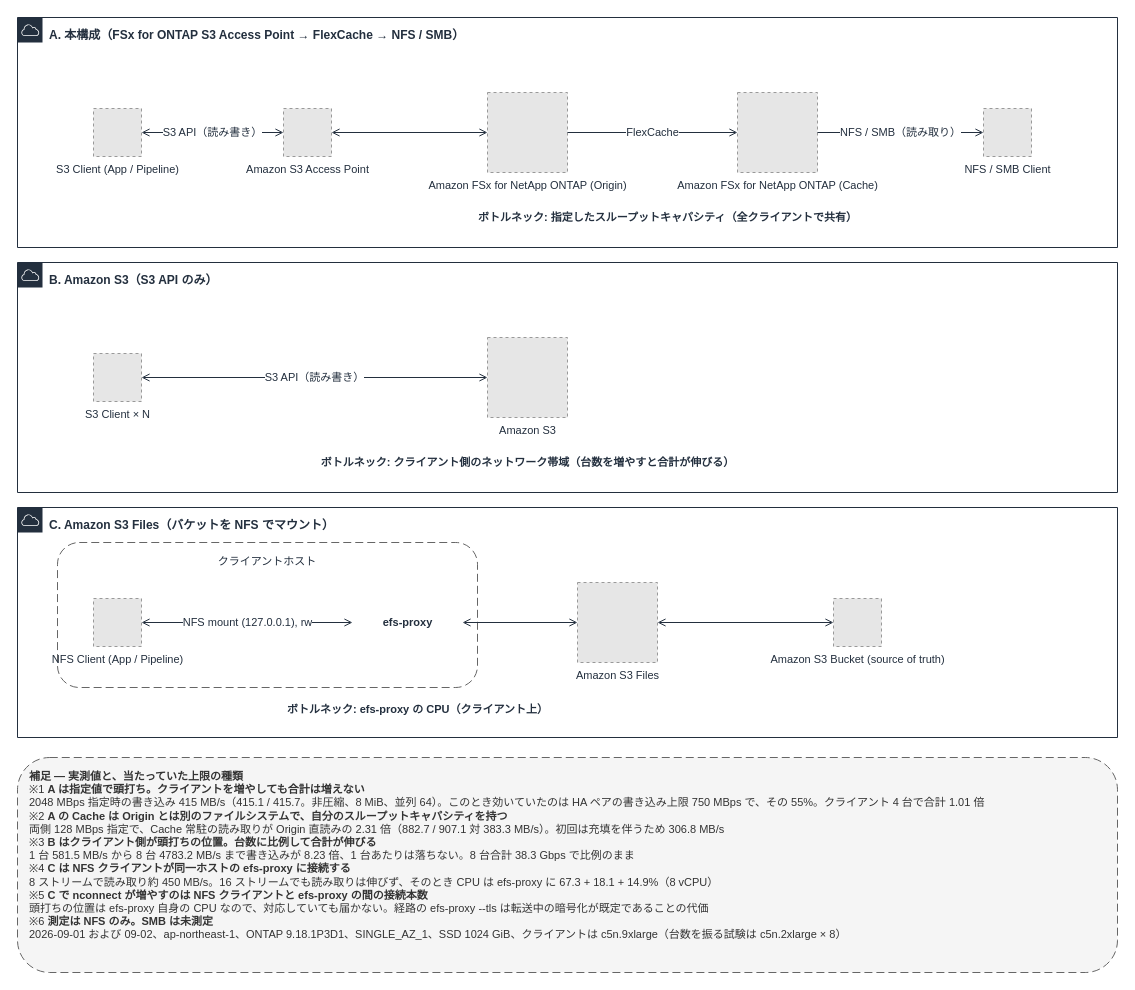
Above: docs/_assets/diagrams/s3burst-throughput-bottlenecks.drawio in Yoshiki0705/S3-Burst-on-ONTAP-Files (draw.io), before the change. Source tidied: cells renumbered, new cells numbered last; positions are measured from the earlier drawing's top-left corner, leaving out a move shared by most shapes. Both pictures are drawn from the tidied source at 100%, with x=0, y=0 at pixel (17, 17). Pictures stored in the file or linked from it are replaced by grey dashed boxes.
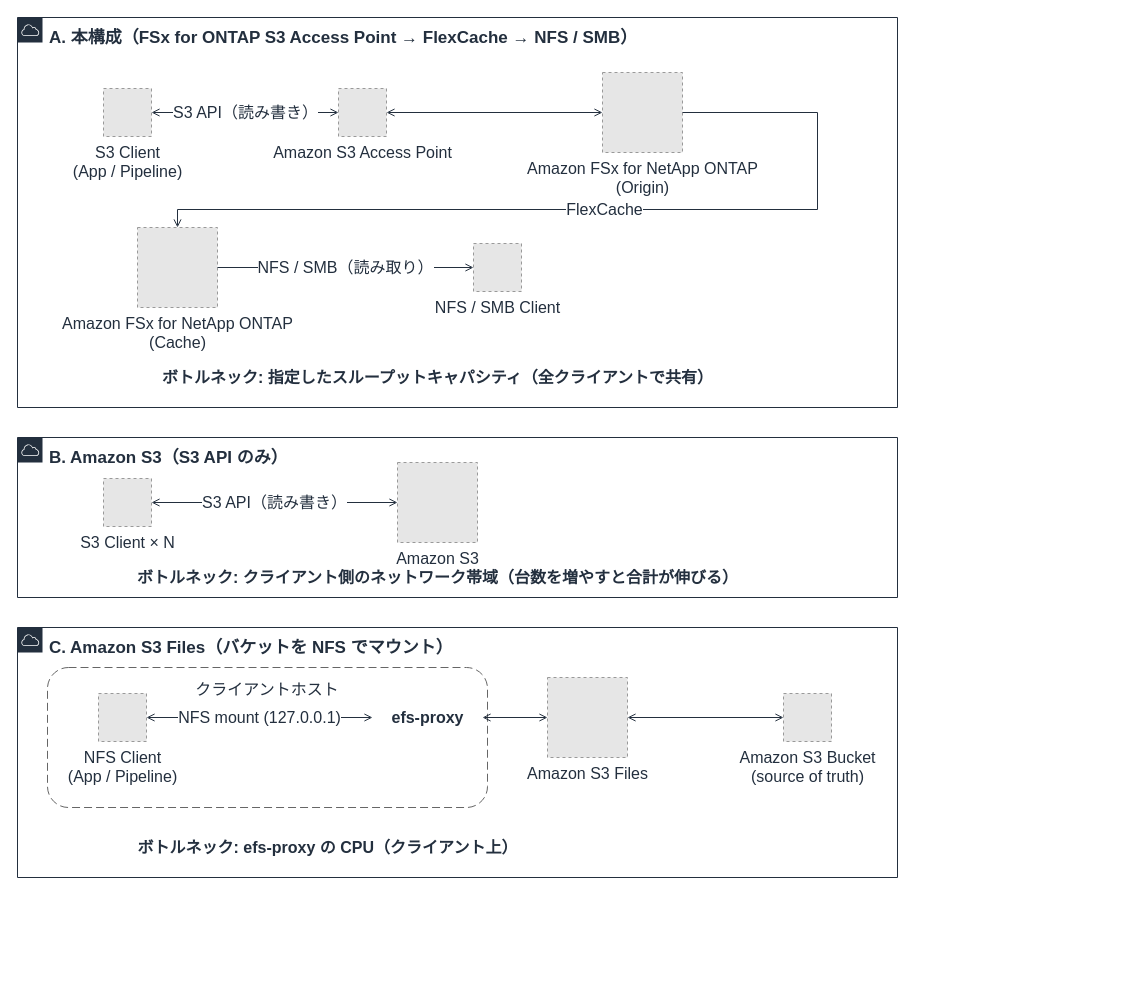
Above is the later version.

Change to the diagram source:
```diff
@@
-    <mxCell id="2" value="A. 本構成（FSx for ONTAP S3 Access Point → FlexCache → NFS / SMB）" style="gradientColor=none;html=1;whiteSpace=wrap;fontSize=12;fontStyle=1;fontColor=#232F3E;shape=mxgraph.aws4.group;grIcon=mxgraph.aws4.group_aws_cloud;strokeColor=#232F3E;fillColor=none;verticalAlign=top;align=left;spacingLeft=30;spacingTop=4;dashed=0;" parent="1" vertex="1">
-      <mxGeometry width="1100" height="230" as="geometry" />
+    <mxCell id="2" value="A. 本構成（FSx for ONTAP S3 Access Point → FlexCache → NFS / SMB）" style="gradientColor=none;html=1;whiteSpace=wrap;fontSize=17;fontStyle=1;fontColor=#232F3E;shape=mxgraph.aws4.group;grIcon=mxgraph.aws4.group_aws_cloud;strokeColor=#232F3E;fillColor=none;verticalAlign=top;align=left;spacingLeft=30;spacingTop=4;dashed=0;" parent="1" vertex="1">
+      <mxGeometry width="880" height="390" as="geometry" />
     </mxCell>
-    <mxCell id="3" value="B. Amazon S3（S3 API のみ）" style="gradientColor=none;html=1;whiteSpace=wrap;fontSize=12;fontStyle=1;fontColor=#232F3E;shape=mxgraph.aws4.group;grIcon=mxgraph.aws4.group_aws_cloud;strokeColor=#232F3E;fillColor=none;verticalAlign=top;align=left;spacingLeft=30;spacingTop=4;dashed=0;" parent="1" vertex="1">
-      <mxGeometry y="245" width="1100" height="230" as="geometry" />
+    <mxCell id="3" value="B. Amazon S3（S3 API のみ）" style="gradientColor=none;html=1;whiteSpace=wrap;fontSize=17;fontStyle=1;fontColor=#232F3E;shape=mxgraph.aws4.group;grIcon=mxgraph.aws4.group_aws_cloud;strokeColor=#232F3E;fillColor=none;verticalAlign=top;align=left;spacingLeft=30;spacingTop=4;dashed=0;" parent="1" vertex="1">
+      <mxGeometry y="420" width="880" height="160" as="geometry" />
     </mxCell>
-    <mxCell id="4" value="C. Amazon S3 Files（バケットを NFS でマウント）" style="gradientColor=none;html=1;whiteSpace=wrap;fontSize=12;fontStyle=1;fontColor=#232F3E;shape=mxgraph.aws4.group;grIcon=mxgraph.aws4.group_aws_cloud;strokeColor=#232F3E;fillColor=none;verticalAlign=top;align=left;spacingLeft=30;spacingTop=4;dashed=0;" parent="1" vertex="1">
-      <mxGeometry y="490" width="1100" height="230" as="geometry" />
+    <mxCell id="4" value="C. Amazon S3 Files（バケットを NFS でマウント）" style="gradientColor=none;html=1;whiteSpace=wrap;fontSize=17;fontStyle=1;fontColor=#232F3E;shape=mxgraph.aws4.group;grIcon=mxgraph.aws4.group_aws_cloud;strokeColor=#232F3E;fillColor=none;verticalAlign=top;align=left;spacingLeft=30;spacingTop=4;dashed=0;" parent="1" vertex="1">
+      <mxGeometry y="610" width="880" height="250" as="geometry" />
     </mxCell>
-    <mxCell id="5" value="クライアントホスト" style="rounded=1;whiteSpace=wrap;html=1;dashed=1;dashPattern=8 4;strokeColor=#666666;fillColor=none;fontColor=#232F3E;fontSize=11;verticalAlign=top;align=center;spacingTop=6;" parent="1" vertex="1">
-      <mxGeometry x="40" y="525" width="420" height="145" as="geometry" />
+    <mxCell id="5" value="クライアントホスト" style="rounded=1;whiteSpace=wrap;html=1;dashed=1;dashPattern=8 4;strokeColor=#666666;fillColor=none;fontColor=#232F3E;fontSize=16;verticalAlign=top;align=center;spacingTop=6;" parent="1" vertex="1">
+      <mxGeometry x="30" y="650" width="440" height="140" as="geometry" />
     </mxCell>
-    <mxCell id="6" value="ボトルネック: 指定したスループットキャパシティ（全クライアントで共有）" style="text;html=1;strokeColor=none;fillColor=none;align=center;verticalAlign=middle;fontSize=11;fontStyle=1;fontColor=#232F3E;" parent="1" vertex="1">
-      <mxGeometry x="340" y="190" width="620" height="20" as="geometry" />
+    <mxCell id="6" value="ボトルネック: 指定したスループットキャパシティ（全クライアントで共有）" style="text;html=1;strokeColor=none;fillColor=none;align=center;verticalAlign=middle;fontSize=16;fontStyle=1;fontColor=#232F3E;" parent="1" vertex="1">
+      <mxGeometry x="110" y="350" width="620" height="20" as="geometry" />
     </mxCell>
-    <mxCell id="7" value="ボトルネック: クライアント側のネットワーク帯域（台数を増やすと合計が伸びる）" style="text;html=1;strokeColor=none;fillColor=none;align=center;verticalAlign=middle;fontSize=11;fontStyle=1;fontColor=#232F3E;" parent="1" vertex="1">
-      <mxGeometry x="160" y="435" width="700" height="20" as="geometry" />
+    <mxCell id="7" value="ボトルネック: クライアント側のネットワーク帯域（台数を増やすと合計が伸びる）" style="text;html=1;strokeColor=none;fillColor=none;align=center;verticalAlign=middle;fontSize=16;fontStyle=1;fontColor=#232F3E;" parent="1" vertex="1">
+      <mxGeometry x="70" y="550" width="700" height="20" as="geometry" />
     </mxCell>
-    <mxCell id="8" value="ボトルネック: efs-proxy の CPU（クライアント上）" style="text;html=1;strokeColor=none;fillColor=none;align=center;verticalAlign=middle;fontSize=11;fontStyle=1;fontColor=#232F3E;" parent="1" vertex="1">
-      <mxGeometry x="160" y="682" width="480" height="20" as="geometry" />
+    <mxCell id="8" value="ボトルネック: efs-proxy の CPU（クライアント上）" style="text;html=1;strokeColor=none;fillColor=none;align=center;verticalAlign=middle;fontSize=16;fontStyle=1;fontColor=#232F3E;" parent="1" vertex="1">
+      <mxGeometry x="70" y="820" width="480" height="20" as="geometry" />
     </mxCell>
-    <mxCell id="9" value="efs-proxy" style="text;html=1;strokeColor=none;fillColor=none;align=center;verticalAlign=middle;fontSize=11;fontStyle=1;fontColor=#232F3E;" parent="1" vertex="1">
-      <mxGeometry x="335" y="585" width="110" height="40" as="geometry" />
+    <mxCell id="9" value="efs-proxy" style="text;html=1;strokeColor=none;fillColor=none;align=center;verticalAlign=middle;fontSize=16;fontStyle=1;fontColor=#232F3E;" parent="1" vertex="1">
+      <mxGeometry x="355" y="680" width="110" height="40" as="geometry" />
     </mxCell>
-    <mxCell id="10" value="S3 Client (App / Pipeline)" style="fillColor=#E6E6E6;strokeColor=#999999;dashed=1;html=1;verticalLabelPosition=bottom;verticalAlign=top;labelPosition=center;align=center;fontSize=11;fontColor=#232F3E;" parent="1" vertex="1">
-      <mxGeometry x="76" y="91" width="48" height="48" as="geometry" />
+    <mxCell id="10" value="S3 Client&#10;(App / Pipeline)" style="fillColor=#E6E6E6;strokeColor=#999999;dashed=1;html=1;verticalLabelPosition=bottom;verticalAlign=top;labelPosition=center;align=center;fontSize=16;fontColor=#232F3E;" parent="1" vertex="1">
+      <mxGeometry x="86" y="71" width="48" height="48" as="geometry" />
     </mxCell>
-    <mxCell id="11" value="Amazon S3 Access Point" style="fillColor=#E6E6E6;strokeColor=#999999;dashed=1;html=1;verticalLabelPosition=bottom;verticalAlign=top;labelPosition=center;align=center;fontSize=11;fontColor=#232F3E;" parent="1" vertex="1">
-      <mxGeometry x="266" y="91" width="48" height="48" as="geometry" />
+    <mxCell id="11" value="Amazon S3 Access Point" style="fillColor=#E6E6E6;strokeColor=#999999;dashed=1;html=1;verticalLabelPosition=bottom;verticalAlign=top;labelPosition=center;align=center;fontSize=16;fontColor=#232F3E;" parent="1" vertex="1">
+      <mxGeometry x="321" y="71" width="48" height="48" as="geometry" />
     </mxCell>
-    <mxCell id="12" value="Amazon FSx for NetApp ONTAP (Origin)" style="fillColor=#E6E6E6;strokeColor=#999999;dashed=1;html=1;verticalLabelPosition=bottom;verticalAlign=top;labelPosition=center;align=center;fontSize=11;fontColor=#232F3E;" parent="1" vertex="1">
-      <mxGeometry x="470" y="75" width="80" height="80" as="geometry" />
+    <mxCell id="12" value="Amazon FSx for NetApp ONTAP&#10;(Origin)" style="fillColor=#E6E6E6;strokeColor=#999999;dashed=1;html=1;verticalLabelPosition=bottom;verticalAlign=top;labelPosition=center;align=center;fontSize=16;fontColor=#232F3E;" parent="1" vertex="1">
+      <mxGeometry x="585" y="55" width="80" height="80" as="geometry" />
     </mxCell>
-    <mxCell id="13" value="Amazon FSx for NetApp ONTAP (Cache)" style="fillColor=#E6E6E6;strokeColor=#999999;dashed=1;html=1;verticalLabelPosition=bottom;verticalAlign=top;labelPosition=center;align=center;fontSize=11;fontColor=#232F3E;" parent="1" vertex="1">
-      <mxGeometry x="720" y="75" width="80" height="80" as="geometry" />
+    <mxCell id="13" value="Amazon FSx for NetApp ONTAP&#10;(Cache)" style="fillColor=#E6E6E6;strokeColor=#999999;dashed=1;html=1;verticalLabelPosition=bottom;verticalAlign=top;labelPosition=center;align=center;fontSize=16;fontColor=#232F3E;" parent="1" vertex="1">
+      <mxGeometry x="120" y="210" width="80" height="80" as="geometry" />
     </mxCell>
-    <mxCell id="14" value="NFS / SMB Client" style="fillColor=#E6E6E6;strokeColor=#999999;dashed=1;html=1;verticalLabelPosition=bottom;verticalAlign=top;labelPosition=center;align=center;fontSize=11;fontColor=#232F3E;" parent="1" vertex="1">
-      <mxGeometry x="966" y="91" width="48" height="48" as="geometry" />
+    <mxCell id="14" value="NFS / SMB Client" style="fillColor=#E6E6E6;strokeColor=#999999;dashed=1;html=1;verticalLabelPosition=bottom;verticalAlign=top;labelPosition=center;align=center;fontSize=16;fontColor=#232F3E;" parent="1" vertex="1">
+      <mxGeometry x="456" y="226" width="48" height="48" as="geometry" />
     </mxCell>
-    <mxCell id="15" value="S3 Client × N" style="fillColor=#E6E6E6;strokeColor=#999999;dashed=1;html=1;verticalLabelPosition=bottom;verticalAlign=top;labelPosition=center;align=center;fontSize=11;fontColor=#232F3E;" parent="1" vertex="1">
-      <mxGeometry x="76" y="336" width="48" height="48" as="geometry" />
+    <mxCell id="15" value="S3 Client × N" style="fillColor=#E6E6E6;strokeColor=#999999;dashed=1;html=1;verticalLabelPosition=bottom;verticalAlign=top;labelPosition=center;align=center;fontSize=16;fontColor=#232F3E;" parent="1" vertex="1">
+      <mxGeometry x="86" y="461" width="48" height="48" as="geometry" />
     </mxCell>
-    <mxCell id="16" value="Amazon S3" style="fillColor=#E6E6E6;strokeColor=#999999;dashed=1;html=1;verticalLabelPosition=bottom;verticalAlign=top;labelPosition=center;align=center;fontSize=11;fontColor=#232F3E;" parent="1" vertex="1">
-      <mxGeometry x="470" y="320" width="80" height="80" as="geometry" />
+    <mxCell id="16" value="Amazon S3" style="fillColor=#E6E6E6;strokeColor=#999999;dashed=1;html=1;verticalLabelPosition=bottom;verticalAlign=top;labelPosition=center;align=center;fontSize=16;fontColor=#232F3E;" parent="1" vertex="1">
+      <mxGeometry x="380" y="445" width="80" height="80" as="geometry" />
     </mxCell>
-    <mxCell id="17" value="NFS Client (App / Pipeline)" style="fillColor=#E6E6E6;strokeColor=#999999;dashed=1;html=1;verticalLabelPosition=bottom;verticalAlign=top;labelPosition=center;align=center;fontSize=11;fontColor=#232F3E;" parent="1" vertex="1">
-      <mxGeometry x="76" y="581" width="48" height="48" as="geometry" />
+    <mxCell id="17" value="NFS Client&#10;(App / Pipeline)" style="fillColor=#E6E6E6;strokeColor=#999999;dashed=1;html=1;verticalLabelPosition=bottom;verticalAlign=top;labelPosition=center;align=center;fontSize=16;fontColor=#232F3E;" parent="1" vertex="1">
+      <mxGeometry x="81" y="676" width="48" height="48" as="geometry" />
     </mxCell>
-    <mxCell id="18" value="Amazon S3 Files" style="fillColor=#E6E6E6;strokeColor=#999999;dashed=1;html=1;verticalLabelPosition=bottom;verticalAlign=top;labelPosition=center;align=center;fontSize=11;fontColor=#232F3E;" parent="1" vertex="1">
-      <mxGeometry x="560" y="565" width="80" height="80" as="geometry" />
+    <mxCell id="18" value="Amazon S3 Files" style="fillColor=#E6E6E6;strokeColor=#999999;dashed=1;html=1;verticalLabelPosition=bottom;verticalAlign=top;labelPosition=center;align=center;fontSize=16;fontColor=#232F3E;" parent="1" vertex="1">
+      <mxGeometry x="530" y="660" width="80" height="80" as="geometry" />
     </mxCell>
-    <mxCell id="19" value="Amazon S3 Bucket (source of truth)" style="fillColor=#E6E6E6;strokeColor=#999999;dashed=1;html=1;verticalLabelPosition=bottom;verticalAlign=top;labelPosition=center;align=center;fontSize=11;fontColor=#232F3E;" parent="1" vertex="1">
-      <mxGeometry x="816" y="581" width="48" height="48" as="geometry" />
+    <mxCell id="19" value="Amazon S3 Bucket&#10;(source of truth)" style="fillColor=#E6E6E6;strokeColor=#999999;dashed=1;html=1;verticalLabelPosition=bottom;verticalAlign=top;labelPosition=center;align=center;fontSize=16;fontColor=#232F3E;" parent="1" vertex="1">
+      <mxGeometry x="766" y="676" width="48" height="48" as="geometry" />
     </mxCell>
-    <mxCell id="20" value="S3 API（読み書き）" style="edgeStyle=orthogonalEdgeStyle;rounded=0;html=1;endArrow=open;endFill=0;strokeColor=#232F3E;strokeWidth=1;fontSize=11;fontColor=#232F3E;startArrow=open;startFill=0;" parent="1" edge="1" source="10" target="11">
+    <mxCell id="20" value="S3 API（読み書き）" style="edgeStyle=orthogonalEdgeStyle;rounded=0;html=1;endArrow=open;endFill=0;strokeColor=#232F3E;strokeWidth=1;fontSize=16;fontColor=#232F3E;startArrow=open;startFill=0;" parent="1" edge="1" source="10" target="11">
       <mxGeometry relative="1" as="geometry" />
     </mxCell>
-    <mxCell id="21" style="edgeStyle=orthogonalEdgeStyle;rounded=0;html=1;endArrow=open;endFill=0;strokeColor=#232F3E;strokeWidth=1;fontSize=11;fontColor=#232F3E;startArrow=open;startFill=0;" parent="1" edge="1" source="11" target="12">
+    <mxCell id="21" style="edgeStyle=orthogonalEdgeStyle;rounded=0;html=1;endArrow=open;endFill=0;strokeColor=#232F3E;strokeWidth=1;fontSize=16;fontColor=#232F3E;startArrow=open;startFill=0;" parent="1" edge="1" source="11" target="12">
       <mxGeometry relative="1" as="geometry" />
     </mxCell>
-    <mxCell id="22" value="FlexCache" style="edgeStyle=orthogonalEdgeStyle;rounded=0;html=1;endArrow=open;endFill=0;strokeColor=#232F3E;strokeWidth=1;fontSize=11;fontColor=#232F3E;" parent="1" edge="1" source="12" target="13">
-      <mxGeometry relative="1" as="geometry" />
+    <mxCell id="22" value="FlexCache" style="edgeStyle=orthogonalEdgeStyle;rounded=0;html=1;endArrow=open;endFill=0;strokeColor=#232F3E;strokeWidth=1;fontSize=16;fontColor=#232F3E;exitX=1;exitY=0.5;exitDx=0;exitDy=0;entryX=0.5;entryY=0;entryDx=0;entryDy=0;" parent="1" edge="1" source="12" target="13">
+      <mxGeometry relative="1" as="geometry">
+        <Array as="points">
+          <mxPoint x="800" y="95" />
+          <mxPoint x="800" y="192" />
+          <mxPoint x="160" y="192" />
+        </Array>
+      </mxGeometry>
     </mxCell>
-    <mxCell id="23" value="NFS / SMB（読み取り）" style="edgeStyle=orthogonalEdgeStyle;rounded=0;html=1;endArrow=open;endFill=0;strokeColor=#232F3E;strokeWidth=1;fontSize=11;fontColor=#232F3E;" parent="1" edge="1" source="13" target="14">
+    <mxCell id="23" value="NFS / SMB（読み取り）" style="edgeStyle=orthogonalEdgeStyle;rounded=0;html=1;endArrow=open;endFill=0;strokeColor=#232F3E;strokeWidth=1;fontSize=16;fontColor=#232F3E;" parent="1" edge="1" source="13" target="14">
       <mxGeometry relative="1" as="geometry" />
     </mxCell>
-    <mxCell id="24" value="S3 API（読み書き）" style="edgeStyle=orthogonalEdgeStyle;rounded=0;html=1;endArrow=open;endFill=0;strokeColor=#232F3E;strokeWidth=1;fontSize=11;fontColor=#232F3E;startArrow=open;startFill=0;" parent="1" edge="1" source="15" target="16">
+    <mxCell id="24" value="S3 API（読み書き）" style="edgeStyle=orthogonalEdgeStyle;rounded=0;html=1;endArrow=open;endFill=0;strokeColor=#232F3E;strokeWidth=1;fontSize=16;fontColor=#232F3E;startArrow=open;startFill=0;" parent="1" edge="1" source="15" target="16">
       <mxGeometry relative="1" as="geometry" />
     </mxCell>
-    <mxCell id="25" value="NFS mount (127.0.0.1), rw" style="edgeStyle=orthogonalEdgeStyle;rounded=0;html=1;endArrow=open;endFill=0;strokeColor=#232F3E;strokeWidth=1;fontSize=11;fontColor=#232F3E;startArrow=open;startFill=0;" parent="1" edge="1" source="17" target="9">
+    <mxCell id="25" value="NFS mount (127.0.0.1)" style="edgeStyle=orthogonalEdgeStyle;rounded=0;html=1;endArrow=open;endFill=0;strokeColor=#232F3E;strokeWidth=1;fontSize=16;fontColor=#232F3E;startArrow=open;startFill=0;" parent="1" edge="1" source="17" target="9">
       <mxGeometry relative="1" as="geometry" />
     </mxCell>
-    <mxCell id="26" style="edgeStyle=orthogonalEdgeStyle;rounded=0;html=1;endArrow=open;endFill=0;strokeColor=#232F3E;strokeWidth=1;fontSize=11;fontColor=#232F3E;startArrow=open;startFill=0;" parent="1" edge="1" source="9" target="18">
+    <mxCell id="26" style="edgeStyle=orthogonalEdgeStyle;rounded=0;html=1;endArrow=open;endFill=0;strokeColor=#232F3E;strokeWidth=1;fontSize=16;fontColor=#232F3E;startArrow=open;startFill=0;" parent="1" edge="1" source="9" target="18">
       <mxGeometry relative="1" as="geometry" />
     </mxCell>
-    <mxCell id="27" style="edgeStyle=orthogonalEdgeStyle;rounded=0;html=1;endArrow=open;endFill=0;strokeColor=#232F3E;strokeWidth=1;fontSize=11;fontColor=#232F3E;startArrow=open;startFill=0;" parent="1" edge="1" source="18" target="19">
+    <mxCell id="27" style="edgeStyle=orthogonalEdgeStyle;rounded=0;html=1;endArrow=open;endFill=0;strokeColor=#232F3E;strokeWidth=1;fontSize=16;fontColor=#232F3E;startArrow=open;startFill=0;" parent="1" edge="1" source="18" target="19">
       <mxGeometry relative="1" as="geometry" />
     </mxCell>
-    <mxCell id="28" value="&lt;b&gt;補足 — 実測値と、当たっていた上限の種類&lt;/b&gt;&lt;br&gt;※1 &lt;b&gt;A は指定値で頭打ち。クライアントを増やしても合計は増えない&lt;/b&gt;&lt;br&gt;2048 MBps 指定時の書き込み 415 MB/s（415.1 / 415.7。非圧縮、8 MiB、並列 64）。このとき効いていたのは HA ペアの書き込み上限 750 MBps で、その 55%。クライアント 4 台で合計 1.01 倍&lt;br&gt;※2 &lt;b&gt;A の Cache は Origin とは別のファイルシステムで、自分のスループットキャパシティを持つ&lt;/b&gt;&lt;br&gt;両側 128 MBps 指定で、Cache 常駐の読み取りが Origin 直読みの 2.31 倍（882.7 / 907.1 対 383.3 MB/s）。初回は充填を伴うため 306.8 MB/s&lt;br&gt;※3 &lt;b&gt;B はクライアント側が頭打ちの位置。台数に比例して合計が伸びる&lt;/b&gt;&lt;br&gt;1 台 581.5 MB/s から 8 台 4783.2 MB/s まで書き込みが 8.23 倍、1 台あたりは落ちない。8 台合計 38.3 Gbps で比例のまま&lt;br&gt;※4 &lt;b&gt;C は NFS クライアントが同一ホストの efs-proxy に接続する&lt;/b&gt;&lt;br&gt;8 ストリームで読み取り約 450 MB/s。16 ストリームでも読み取りは伸びず、そのとき CPU は efs-proxy に 67.3 + 18.1 + 14.9%（8 vCPU）&lt;br&gt;※5 &lt;b&gt;C で nconnect が増やすのは NFS クライアントと efs-proxy の間の接続本数&lt;/b&gt;&lt;br&gt;頭打ちの位置は efs-proxy 自身の CPU なので、対応していても届かない。経路の efs-proxy --tls は転送中の暗号化が既定であることの代価&lt;br&gt;※6 &lt;b&gt;測定は NFS のみ。SMB は未測定&lt;/b&gt;&lt;br&gt;2026-09-01 および 09-02、ap-northeast-1、ONTAP 9.18.1P3D1、SINGLE_AZ_1、SSD 1024 GiB、クライアントは c5n.9xlarge（台数を振る試験は c5n.2xlarge × 8）" style="rounded=1;whiteSpace=wrap;html=1;dashed=1;dashPattern=8 4;strokeColor=#666666;fillColor=#F5F5F5;fontColor=#333333;fontSize=11;align=left;verticalAlign=top;spacingLeft=10;spacingTop=6;" parent="1" vertex="1">
-      <mxGeometry y="740" width="1100" height="215" as="geometry" />
-    </mxCell>
```
